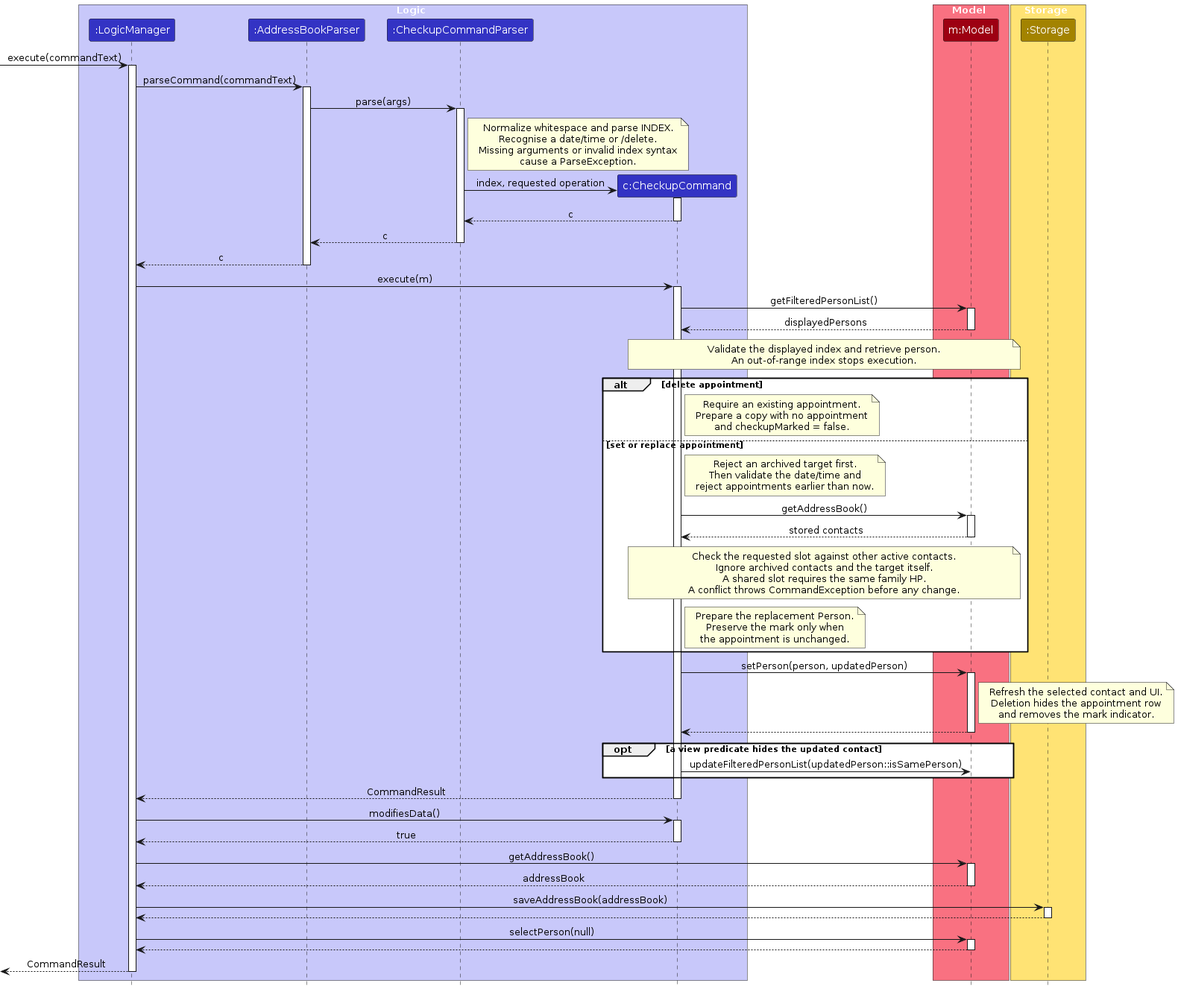
This is diagrams/CheckupSequenceDiagram.png from AY2627S1-CS2103T-T08-1/tp, a PlantUML export, as it was before one commit. Its source is kept beside it as diagrams/CheckupSequenceDiagram.puml.
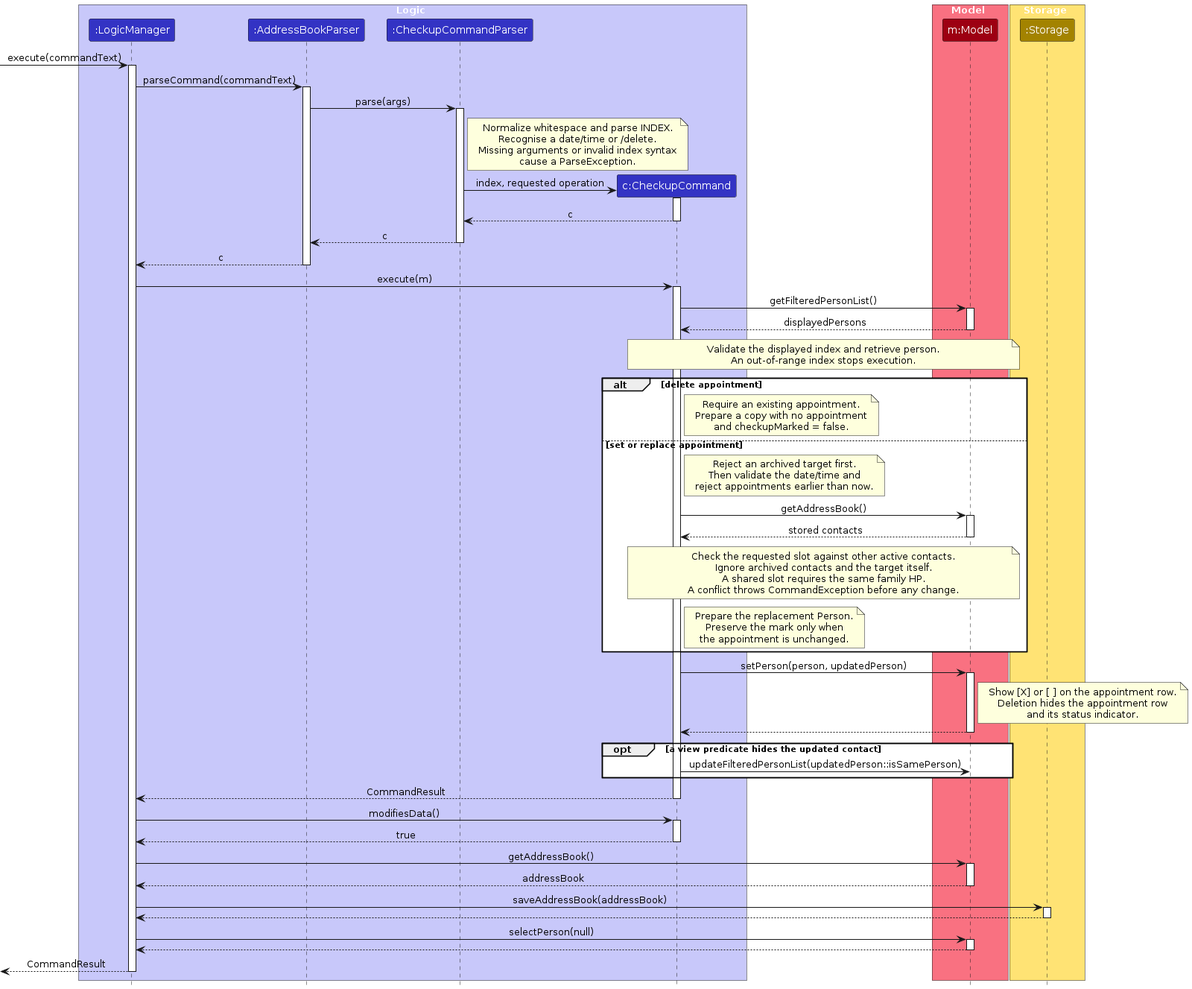
Later version of the same file.

Change to the diagram source:
```diff
@@ -88,9 +88,9 @@
 Command -> Model : setPerson(person, updatedPerson)
 activate Model
 note right of Model
-  Refresh the selected contact and UI.
+  Show [X] or [ ] on the appointment row.
   Deletion hides the appointment row
-  and removes the mark indicator.
+  and its status indicator.
 end note
 Model --> Command
 deactivate Model
```
